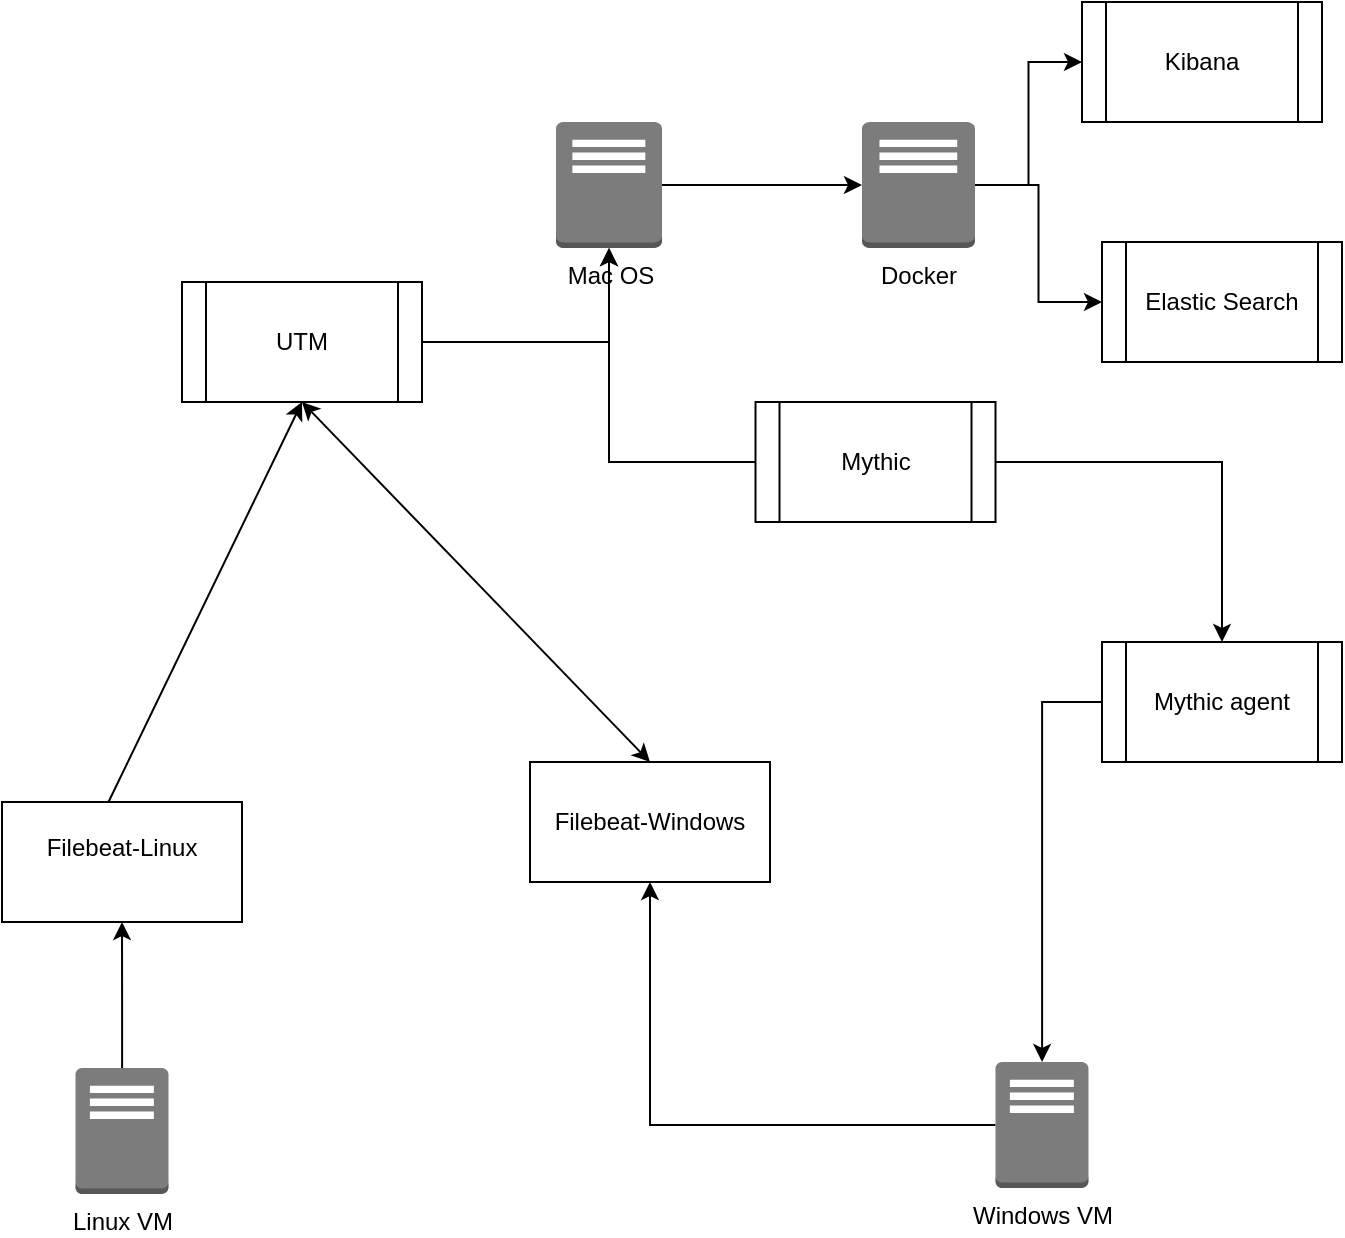
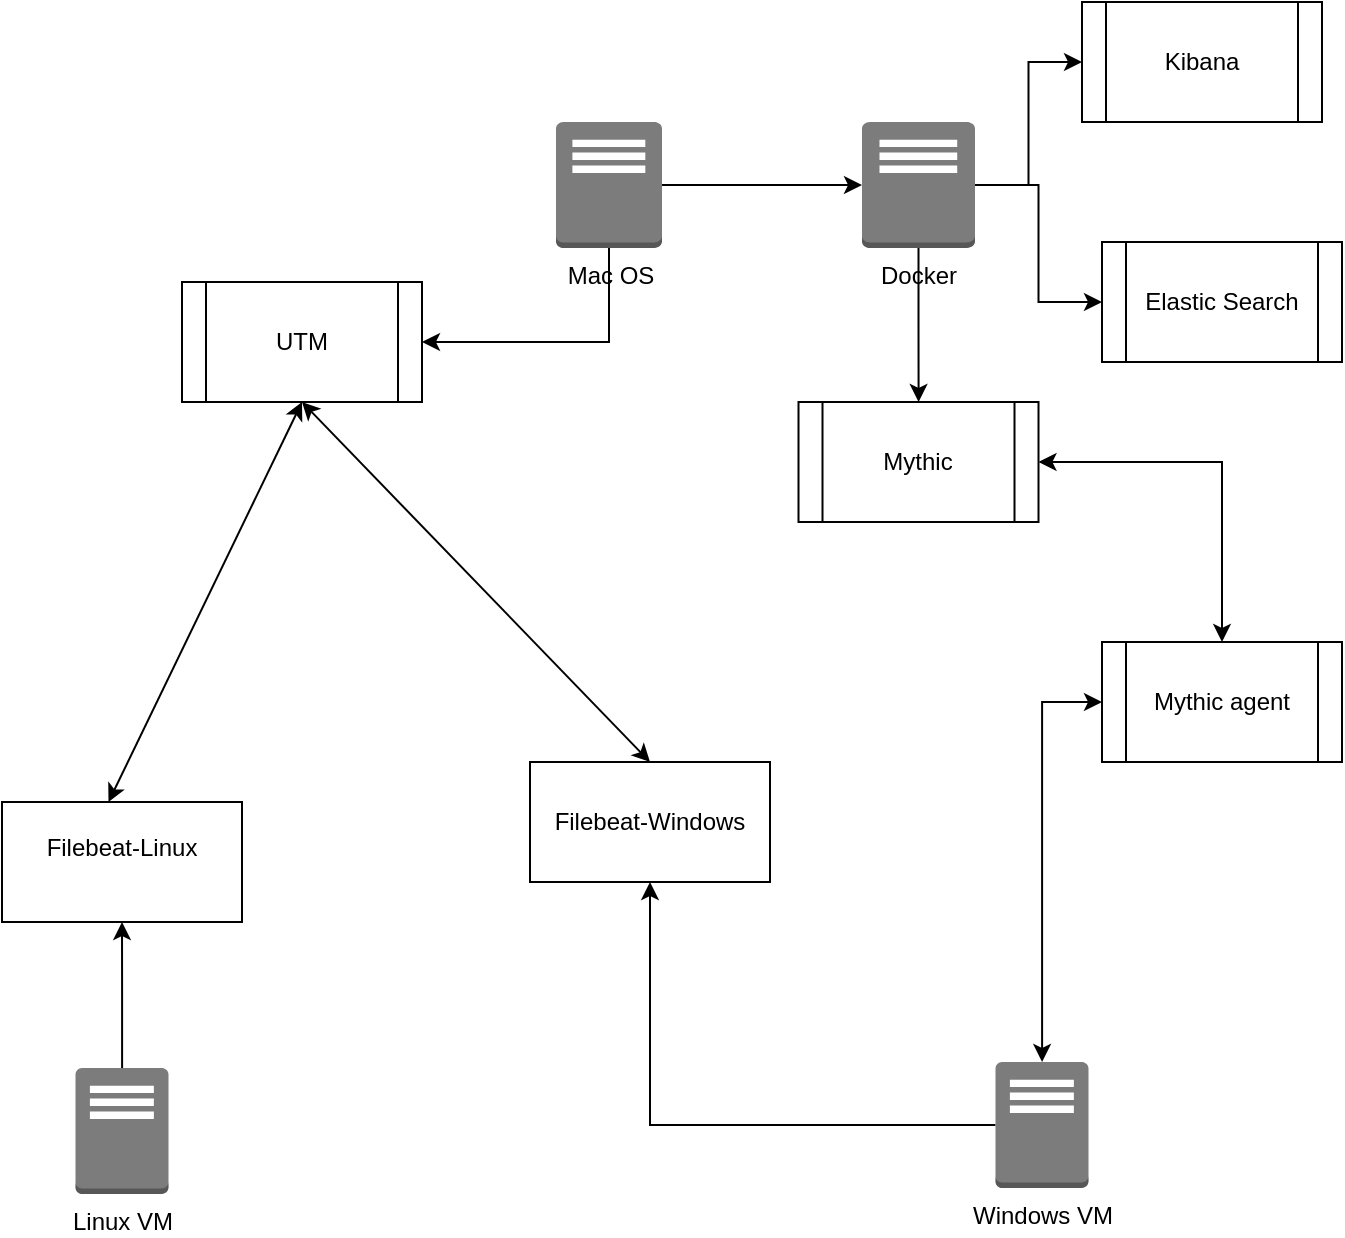
<mxfile host="app.diagrams.net">
  <diagram name="Page-1" id="HzhT8MkgoTVQxh3Czj3w">
-     <mxGraphModel dx="1134" dy="785" grid="1" gridSize="10" guides="1" tooltips="1" connect="1" arrows="1" fold="1" page="1" pageScale="1" pageWidth="827" pageHeight="1169" math="0" shadow="0">
+     <mxGraphModel dx="1134" dy="825" grid="1" gridSize="10" guides="1" tooltips="1" connect="1" arrows="1" fold="1" page="1" pageScale="1" pageWidth="827" pageHeight="1169" math="0" shadow="0">
      <root>
        <mxCell id="0" />
        <mxCell id="1" parent="0" />
        <mxCell id="Hps_nKrpIKnFsHQ7Uz57-21" edge="1" parent="1" source="Hps_nKrpIKnFsHQ7Uz57-1" style="edgeStyle=orthogonalEdgeStyle;rounded=0;orthogonalLoop=1;jettySize=auto;html=1;" target="Hps_nKrpIKnFsHQ7Uz57-17" value="">
          <mxGeometry relative="1" as="geometry" />
        </mxCell>
        <mxCell id="Hps_nKrpIKnFsHQ7Uz57-1" parent="1" style="outlineConnect=0;dashed=0;verticalLabelPosition=bottom;verticalAlign=top;align=center;html=1;shape=mxgraph.aws3.traditional_server;fillColor=#7D7C7C;gradientColor=none;" value="Mac OS&lt;div&gt;&lt;br&gt;&lt;/div&gt;" vertex="1">
          <mxGeometry height="63" width="53" x="367" y="80" as="geometry" />
        </mxCell>
-         <mxCell id="Hps_nKrpIKnFsHQ7Uz57-5" edge="1" parent="1" style="endArrow=classic;html=1;rounded=0;exitX=0.5;exitY=0;exitDx=0;exitDy=0;exitPerimeter=0;entryX=0.5;entryY=1;entryDx=0;entryDy=0;" target="Hps_nKrpIKnFsHQ7Uz57-15" value="">
+         <mxCell id="Hps_nKrpIKnFsHQ7Uz57-5" edge="1" parent="1" style="endArrow=classic;html=1;rounded=0;exitX=0.5;exitY=0;exitDx=0;exitDy=0;exitPerimeter=0;entryX=0.5;entryY=1;entryDx=0;entryDy=0;startArrow=classic;startFill=1;" target="Hps_nKrpIKnFsHQ7Uz57-15" value="">
          <mxGeometry height="50" relative="1" width="50" as="geometry">
            <mxPoint x="143.25" y="420" as="sourcePoint" />
            <mxPoint x="360" y="280" as="targetPoint" />
          </mxGeometry>
        </mxCell>
        <mxCell id="Hps_nKrpIKnFsHQ7Uz57-6" parent="1" style="rounded=0;whiteSpace=wrap;html=1;" value="Filebeat-Linux&lt;div&gt;&lt;br&gt;&lt;/div&gt;" vertex="1">
          <mxGeometry height="60" width="120" x="90" y="420" as="geometry" />
        </mxCell>
        <mxCell id="Hps_nKrpIKnFsHQ7Uz57-8" edge="1" parent="1" source="Hps_nKrpIKnFsHQ7Uz57-7" style="edgeStyle=orthogonalEdgeStyle;rounded=0;orthogonalLoop=1;jettySize=auto;html=1;" target="Hps_nKrpIKnFsHQ7Uz57-6" value="">
          <mxGeometry relative="1" as="geometry" />
        </mxCell>
        <mxCell id="Hps_nKrpIKnFsHQ7Uz57-7" parent="1" style="outlineConnect=0;dashed=0;verticalLabelPosition=bottom;verticalAlign=top;align=center;html=1;shape=mxgraph.aws3.traditional_server;fillColor=#7D7C7C;gradientColor=none;" value="Linux VM" vertex="1">
          <mxGeometry height="63" width="46.5" x="126.75" y="553" as="geometry" />
        </mxCell>
        <mxCell id="Hps_nKrpIKnFsHQ7Uz57-9" parent="1" style="rounded=0;whiteSpace=wrap;html=1;" value="Filebeat-Windows" vertex="1">
          <mxGeometry height="60" width="120" x="354" y="400" as="geometry" />
        </mxCell>
        <mxCell id="Hps_nKrpIKnFsHQ7Uz57-12" edge="1" parent="1" source="Hps_nKrpIKnFsHQ7Uz57-15" style="endArrow=classic;startArrow=classic;html=1;rounded=0;entryX=0.5;entryY=0;entryDx=0;entryDy=0;exitX=0.5;exitY=1;exitDx=0;exitDy=0;" target="Hps_nKrpIKnFsHQ7Uz57-9" value="">
          <mxGeometry height="50" relative="1" width="50" as="geometry">
            <mxPoint x="420" y="280" as="sourcePoint" />
            <mxPoint x="620" y="410" as="targetPoint" />
          </mxGeometry>
        </mxCell>
        <mxCell id="Hps_nKrpIKnFsHQ7Uz57-14" edge="1" parent="1" source="Hps_nKrpIKnFsHQ7Uz57-13" style="edgeStyle=orthogonalEdgeStyle;rounded=0;orthogonalLoop=1;jettySize=auto;html=1;" target="Hps_nKrpIKnFsHQ7Uz57-9" value="">
          <mxGeometry relative="1" as="geometry" />
        </mxCell>
        <mxCell id="Hps_nKrpIKnFsHQ7Uz57-13" parent="1" style="outlineConnect=0;dashed=0;verticalLabelPosition=bottom;verticalAlign=top;align=center;html=1;shape=mxgraph.aws3.traditional_server;fillColor=#7D7C7C;gradientColor=none;" value="Windows VM" vertex="1">
          <mxGeometry height="63" width="46.5" x="586.75" y="550" as="geometry" />
        </mxCell>
-         <mxCell id="Hps_nKrpIKnFsHQ7Uz57-16" edge="1" parent="1" source="Hps_nKrpIKnFsHQ7Uz57-15" style="edgeStyle=orthogonalEdgeStyle;rounded=0;orthogonalLoop=1;jettySize=auto;html=1;" target="Hps_nKrpIKnFsHQ7Uz57-1" value="">
+         <mxCell id="Hps_nKrpIKnFsHQ7Uz57-16" edge="1" parent="1" source="Hps_nKrpIKnFsHQ7Uz57-15" style="edgeStyle=orthogonalEdgeStyle;rounded=0;orthogonalLoop=1;jettySize=auto;html=1;startArrow=classic;startFill=1;endArrow=none;endFill=0;" target="Hps_nKrpIKnFsHQ7Uz57-1" value="">
          <mxGeometry relative="1" as="geometry" />
        </mxCell>
        <mxCell id="Hps_nKrpIKnFsHQ7Uz57-15" parent="1" style="shape=process;whiteSpace=wrap;html=1;backgroundOutline=1;" value="UTM" vertex="1">
          <mxGeometry height="60" width="120" x="180" y="160" as="geometry" />
        </mxCell>
        <mxCell id="Hps_nKrpIKnFsHQ7Uz57-23" edge="1" parent="1" source="Hps_nKrpIKnFsHQ7Uz57-17" style="edgeStyle=orthogonalEdgeStyle;rounded=0;orthogonalLoop=1;jettySize=auto;html=1;" target="Hps_nKrpIKnFsHQ7Uz57-22" value="">
          <mxGeometry relative="1" as="geometry" />
        </mxCell>
        <mxCell id="Hps_nKrpIKnFsHQ7Uz57-25" edge="1" parent="1" source="Hps_nKrpIKnFsHQ7Uz57-17" style="edgeStyle=orthogonalEdgeStyle;rounded=0;orthogonalLoop=1;jettySize=auto;html=1;" target="Hps_nKrpIKnFsHQ7Uz57-24" value="">
          <mxGeometry relative="1" as="geometry" />
        </mxCell>
+         <mxCell id="VJ4IfQTRqQIq83Q7A5Db-12" edge="1" parent="1" source="Hps_nKrpIKnFsHQ7Uz57-17" style="edgeStyle=orthogonalEdgeStyle;rounded=0;orthogonalLoop=1;jettySize=auto;html=1;" target="VJ4IfQTRqQIq83Q7A5Db-4" value="">
+           <mxGeometry relative="1" as="geometry" />
+         </mxCell>
        <mxCell id="Hps_nKrpIKnFsHQ7Uz57-17" parent="1" style="outlineConnect=0;dashed=0;verticalLabelPosition=bottom;verticalAlign=top;align=center;html=1;shape=mxgraph.aws3.traditional_server;fillColor=#7D7C7C;gradientColor=none;" value="Docker" vertex="1">
          <mxGeometry height="63" width="56.5" x="520" y="80" as="geometry" />
        </mxCell>
        <mxCell id="Hps_nKrpIKnFsHQ7Uz57-22" parent="1" style="shape=process;whiteSpace=wrap;html=1;backgroundOutline=1;" value="Kibana" vertex="1">
          <mxGeometry height="60" width="120" x="630" y="20" as="geometry" />
        </mxCell>
        <mxCell id="Hps_nKrpIKnFsHQ7Uz57-24" parent="1" style="shape=process;whiteSpace=wrap;html=1;backgroundOutline=1;" value="Elastic Search" vertex="1">
          <mxGeometry height="60" width="120" x="640" y="140" as="geometry" />
        </mxCell>
-         <mxCell id="VJ4IfQTRqQIq83Q7A5Db-3" edge="1" parent="1" source="VJ4IfQTRqQIq83Q7A5Db-2" style="edgeStyle=orthogonalEdgeStyle;rounded=0;orthogonalLoop=1;jettySize=auto;html=1;" target="Hps_nKrpIKnFsHQ7Uz57-13" value="">
+         <mxCell id="VJ4IfQTRqQIq83Q7A5Db-3" edge="1" parent="1" source="VJ4IfQTRqQIq83Q7A5Db-2" style="edgeStyle=orthogonalEdgeStyle;rounded=0;orthogonalLoop=1;jettySize=auto;html=1;startArrow=classic;startFill=1;" target="Hps_nKrpIKnFsHQ7Uz57-13" value="">
          <mxGeometry relative="1" as="geometry" />
        </mxCell>
        <mxCell id="VJ4IfQTRqQIq83Q7A5Db-2" parent="1" style="shape=process;whiteSpace=wrap;html=1;backgroundOutline=1;" value="Mythic agent" vertex="1">
          <mxGeometry height="60" width="120" x="640" y="340" as="geometry" />
        </mxCell>
-         <mxCell id="VJ4IfQTRqQIq83Q7A5Db-7" edge="1" parent="1" source="VJ4IfQTRqQIq83Q7A5Db-4" style="edgeStyle=orthogonalEdgeStyle;rounded=0;orthogonalLoop=1;jettySize=auto;html=1;" target="Hps_nKrpIKnFsHQ7Uz57-1" value="">
-           <mxGeometry relative="1" as="geometry" />
-         </mxCell>
-         <mxCell id="VJ4IfQTRqQIq83Q7A5Db-8" edge="1" parent="1" source="VJ4IfQTRqQIq83Q7A5Db-4" style="edgeStyle=orthogonalEdgeStyle;rounded=0;orthogonalLoop=1;jettySize=auto;html=1;" target="VJ4IfQTRqQIq83Q7A5Db-2" value="">
+         <mxCell id="VJ4IfQTRqQIq83Q7A5Db-8" edge="1" parent="1" source="VJ4IfQTRqQIq83Q7A5Db-4" style="edgeStyle=orthogonalEdgeStyle;rounded=0;orthogonalLoop=1;jettySize=auto;html=1;startArrow=classic;startFill=1;" target="VJ4IfQTRqQIq83Q7A5Db-2" value="">
          <mxGeometry relative="1" as="geometry" />
        </mxCell>
        <mxCell id="VJ4IfQTRqQIq83Q7A5Db-4" parent="1" style="shape=process;whiteSpace=wrap;html=1;backgroundOutline=1;" value="Mythic" vertex="1">
-           <mxGeometry height="60" width="120" x="466.75" y="220" as="geometry" />
+           <mxGeometry height="60" width="120" x="488.25" y="220" as="geometry" />
        </mxCell>
      </root>
    </mxGraphModel>
  </diagram>
</mxfile>
